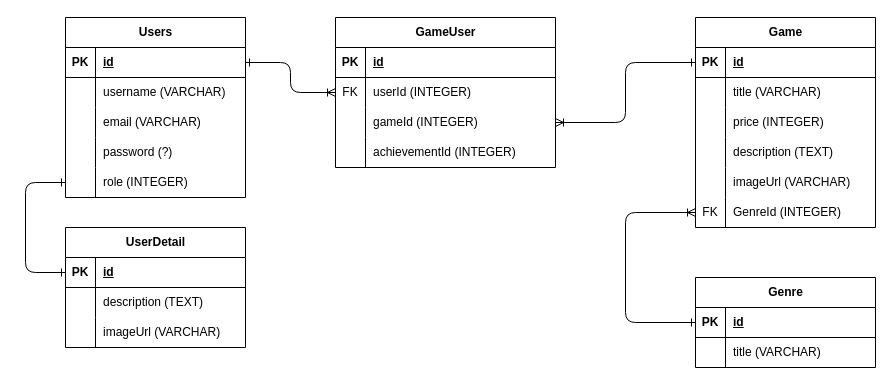
Before: db/entity_relation_diagram.drawio in aaronarquette/cloud-ecommerce, a draw.io diagram. Source tidied: cells renumbered, new cells numbered last; positions are measured from the earlier drawing's top-left corner, leaving out a move shared by most shapes. Both pictures are drawn from the tidied source at 100%, with x=0, y=0 at pixel (25, 17).
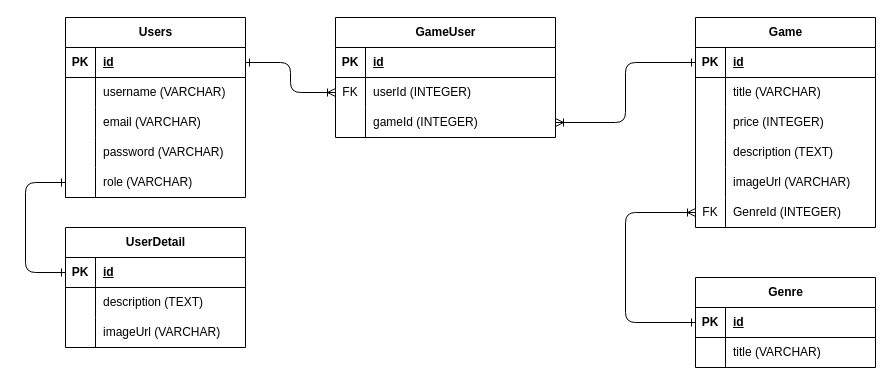
After the change.

Unchanged cells that the change refers to:
```xml
<mxCell id="12" style="shape=tableRow;horizontal=0;startSize=0;swimlaneHead=0;swimlaneBody=0;fillColor=none;top=0;left=0;right=0;bottom=0;" parent="2" vertex="1">
  <mxGeometry y="120" width="180" height="30" as="geometry" />
</mxCell>
<mxCell id="15" style="shape=tableRow;horizontal=0;startSize=0;swimlaneHead=0;swimlaneBody=0;fillColor=none;points=[[0,0.5],[1,0.5]];portConstraint=eastwest;top=0;left=0;right=0;bottom=0;" parent="2" vertex="1">
  <mxGeometry y="150" width="180" height="30" as="geometry" />
</mxCell>
```

Change to the diagram source:
```diff
@@
-    <mxCell id="14" value="password (?)" style="shape=partialRectangle;fillColor=none;top=0;left=0;bottom=0;right=0;align=left;spacingLeft=6;overflow=hidden;whiteSpace=wrap;html=1;" parent="12" vertex="1">
+    <mxCell id="14" value="password (VARCHAR)" style="shape=partialRectangle;fillColor=none;top=0;left=0;bottom=0;right=0;align=left;spacingLeft=6;overflow=hidden;whiteSpace=wrap;html=1;" parent="12" vertex="1">
       <mxGeometry x="30" width="150" height="30" as="geometry" />
     </mxCell>
@@
-    <mxCell id="17" value="role (INTEGER)" style="shape=partialRectangle;fillColor=none;top=0;left=0;bottom=0;right=0;align=left;spacingLeft=6;overflow=hidden;whiteSpace=wrap;html=1;" parent="15" vertex="1">
+    <mxCell id="17" value="role (VARCHAR)" style="shape=partialRectangle;fillColor=none;top=0;left=0;bottom=0;right=0;align=left;spacingLeft=6;overflow=hidden;whiteSpace=wrap;html=1;" parent="15" vertex="1">
       <mxGeometry x="30" width="150" height="30" as="geometry" />
     </mxCell>
@@
     <mxCell id="37" value="GameUser" style="shape=table;startSize=30;childLayout=tableLayout;rowLines=0;fontStyle=1;align=center;html=1;" parent="1" vertex="1">
-      <mxGeometry x="310" width="220" height="150" as="geometry" />
+      <mxGeometry x="310" width="220" height="120" as="geometry" />
     </mxCell>
@@
-    <mxCell id="47" style="shape=tableRow;horizontal=0;startSize=0;swimlaneHead=0;swimlaneBody=0;fillColor=none;top=0;left=0;right=0;bottom=0;" parent="37" vertex="1">
-      <mxGeometry y="120" width="220" height="30" as="geometry" />
-    </mxCell>
-    <mxCell id="48" style="shape=partialRectangle;fillColor=none;top=0;left=0;bottom=0;right=0;overflow=hidden;whiteSpace=wrap;html=1;" parent="47" vertex="1">
-      <mxGeometry width="30" height="30" as="geometry" />
-    </mxCell>
-    <mxCell id="49" value="achievementId (INTEGER)" style="shape=partialRectangle;fillColor=none;top=0;left=0;bottom=0;right=0;align=left;spacingLeft=6;overflow=hidden;whiteSpace=wrap;html=1;" parent="47" vertex="1">
-      <mxGeometry x="30" width="190" height="30" as="geometry" />
-    </mxCell>
```
